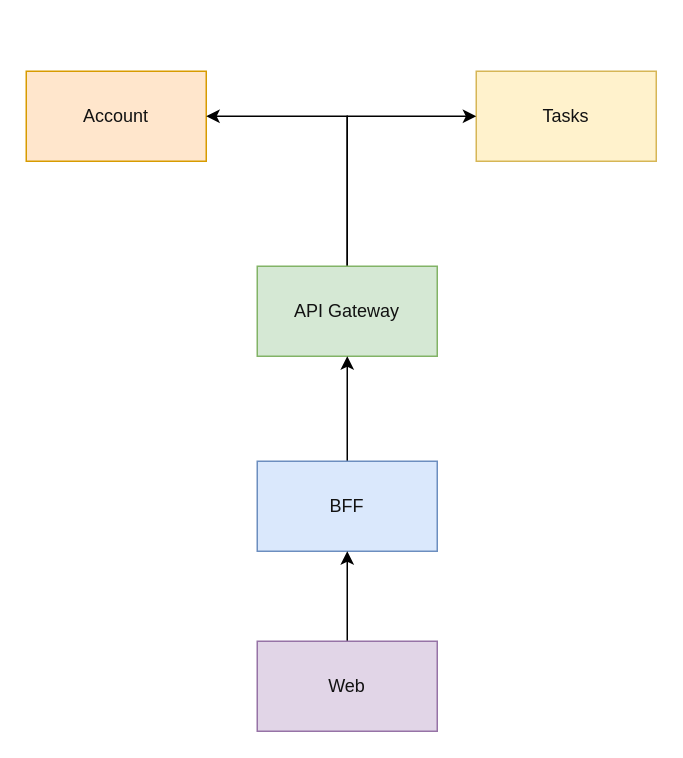
Earlier version of the draw.io diagram page "Global" (1 of 4) of docs/arch.drawio (acmesquita/gTasks). Source tidied: cells renumbered, new cells numbered last; positions are measured from the earlier drawing's top-left corner, leaving out a move shared by most shapes. Both pictures are drawn from the tidied source at 150%, with x=0, y=0 at pixel (26, 70).
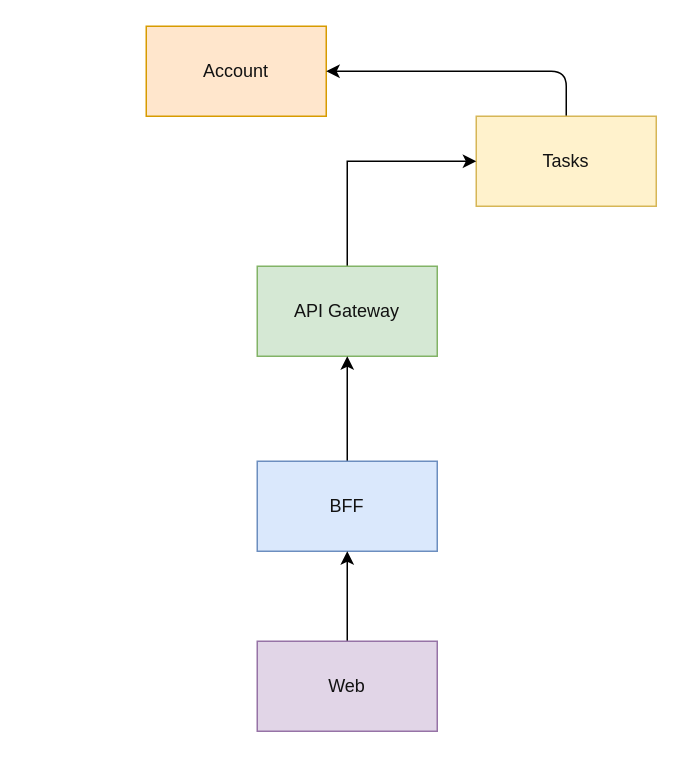
The same diagram, later.

The edit, as a diff of the source:
```diff
@@
 <mxGraphModel>
   <root>
     <mxCell id="0" />
     <mxCell id="1" parent="0" />
     <mxCell id="2" value="Account" style="rounded=0;whiteSpace=wrap;html=1;fillColor=#ffe6cc;strokeColor=#d79b00;fontColor=#121212;" parent="1" vertex="1">
-      <mxGeometry width="120" height="60" as="geometry" />
+      <mxGeometry x="80" y="-30" width="120" height="60" as="geometry" />
     </mxCell>
+    <mxCell id="11" style="edgeStyle=none;html=1;entryX=1;entryY=0.5;entryDx=0;entryDy=0;exitX=0.5;exitY=0;exitDx=0;exitDy=0;" parent="1" edge="1" source="3" target="2">
+      <mxGeometry relative="1" as="geometry">
+        <Array as="points">
+          <mxPoint x="360" />
+        </Array>
+      </mxGeometry>
+    </mxCell>
     <mxCell id="3" value="Tasks" style="rounded=0;whiteSpace=wrap;html=1;fillColor=#fff2cc;strokeColor=#d6b656;fontColor=#121212;" parent="1" vertex="1">
-      <mxGeometry x="300" width="120" height="60" as="geometry" />
+      <mxGeometry x="300" y="30" width="120" height="60" as="geometry" />
     </mxCell>
-    <mxCell id="4" style="edgeStyle=orthogonalEdgeStyle;rounded=0;jettySize=auto;html=1;entryX=1;entryY=0.5;entryDx=0;entryDy=0;exitX=0.5;exitY=0;exitDx=0;exitDy=0;" parent="1" edge="1" source="6" target="2">
-      <mxGeometry relative="1" as="geometry" />
-    </mxCell>
     <mxCell id="5" style="edgeStyle=orthogonalEdgeStyle;rounded=0;jettySize=auto;html=1;entryX=0;entryY=0.5;entryDx=0;entryDy=0;exitX=0.5;exitY=0;exitDx=0;exitDy=0;" parent="1" edge="1" source="6" target="3">
       <mxGeometry relative="1" as="geometry" />
     </mxCell>
     <mxCell id="6" value="API Gateway" style="rounded=0;whiteSpace=wrap;html=1;fillColor=#d5e8d4;strokeColor=#82b366;fontColor=#121212;" parent="1" vertex="1">
       <mxGeometry x="154" y="130" width="120" height="60" as="geometry" />
     </mxCell>
     <mxCell id="7" style="edgeStyle=orthogonalEdgeStyle;rounded=0;jettySize=auto;html=1;entryX=0.5;entryY=1;entryDx=0;entryDy=0;" parent="1" edge="1" source="8" target="6">
       <mxGeometry relative="1" as="geometry" />
     </mxCell>
     <mxCell id="8" value="BFF" style="rounded=0;whiteSpace=wrap;html=1;fillColor=#dae8fc;strokeColor=#6c8ebf;fontColor=#121212;" parent="1" vertex="1">
       <mxGeometry x="154" y="260" width="120" height="60" as="geometry" />
     </mxCell>
     <mxCell id="9" style="edgeStyle=orthogonalEdgeStyle;rounded=0;jettySize=auto;html=1;entryX=0.5;entryY=1;entryDx=0;entryDy=0;" parent="1" edge="1" source="10" target="8">
       <mxGeometry relative="1" as="geometry" />
     </mxCell>
     <mxCell id="10" value="Web" style="rounded=0;whiteSpace=wrap;html=1;fillColor=#e1d5e7;strokeColor=#9673a6;fontColor=#121212;" parent="1" vertex="1">
       <mxGeometry x="154" y="380" width="120" height="60" as="geometry" />
     </mxCell>
   </root>
 </mxGraphModel>
```
